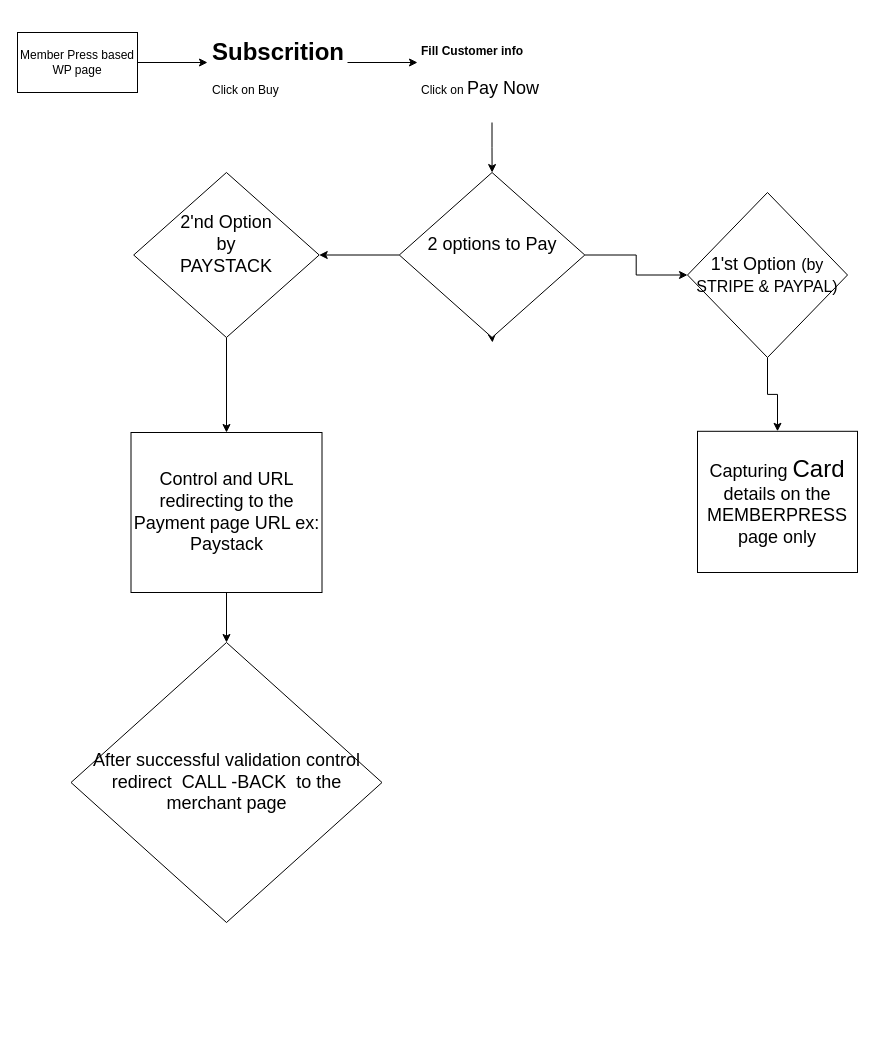
This is Untitled Diagram.drawio from jaybharatjay/MemberPress, a draw.io file, before an edit. Source tidied: cells renumbered, new cells numbered last; positions are measured from the earlier drawing's top-left corner, leaving out a move shared by most shapes. Both pictures are drawn from the tidied source at 100%, with x=0, y=0 at pixel (17, 27).
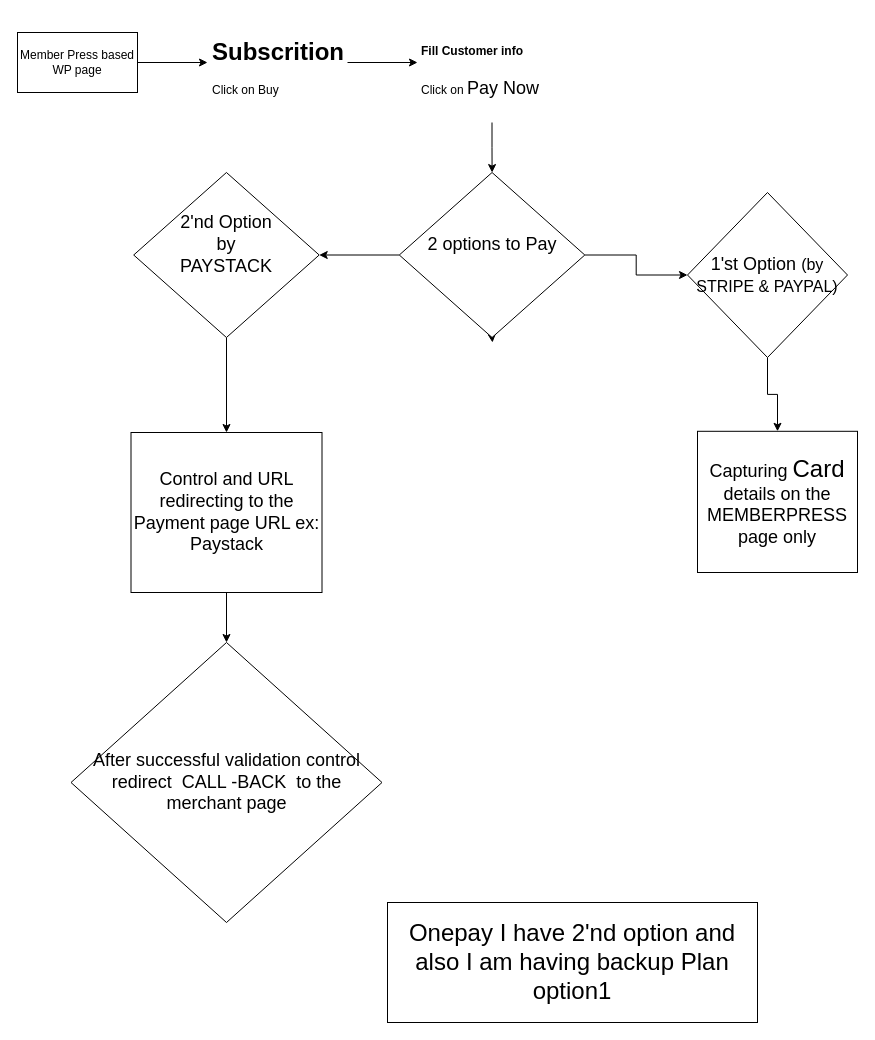
Above is the later version.

Diff of the diagram source:
```diff
@@
+    <mxCell id="20" value="Onepay I have 2'nd option and also I am having backup Plan option1" style="rounded=0;whiteSpace=wrap;html=1;fontSize=24;" parent="1" vertex="1">
+      <mxGeometry x="370" y="875" width="370" height="120" as="geometry" />
+    </mxCell>
```
